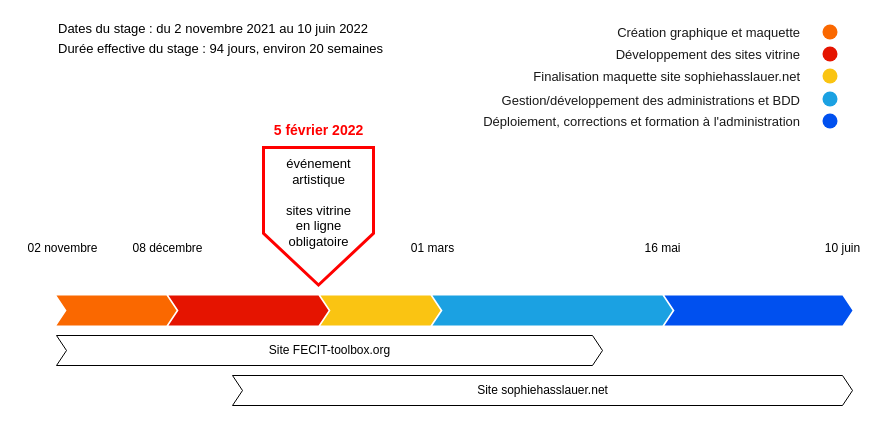
Earlier version of the draw.io diagram timeline_soutenance.drawio (sebatease/cvperso). Source tidied: cells renumbered, new cells numbered last; positions are measured from the earlier drawing's top-left corner, leaving out a move shared by most shapes. Both pictures are drawn from the tidied source at 100%, with x=0, y=0 at pixel (17, 16).
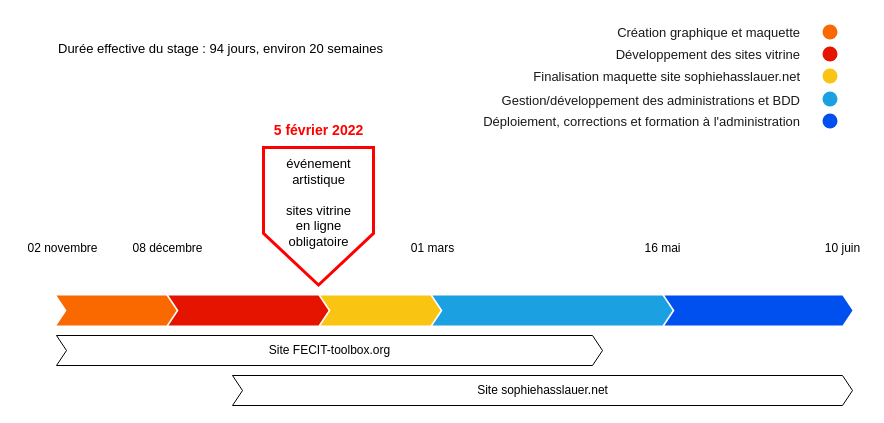
The same page after the edit.

What changed in the source:
```diff
@@
-    <mxCell id="23" value="Dates du stage :&amp;nbsp;&lt;span&gt;du 2 novembre 2021 au 10 juin 2022&lt;/span&gt;" style="text;html=1;align=left;verticalAlign=middle;strokeColor=none;fillColor=none;fontSize=13;" parent="1" vertex="1">
-      <mxGeometry x="39" y="1.5" width="330" height="20" as="geometry" />
-    </mxCell>
```
